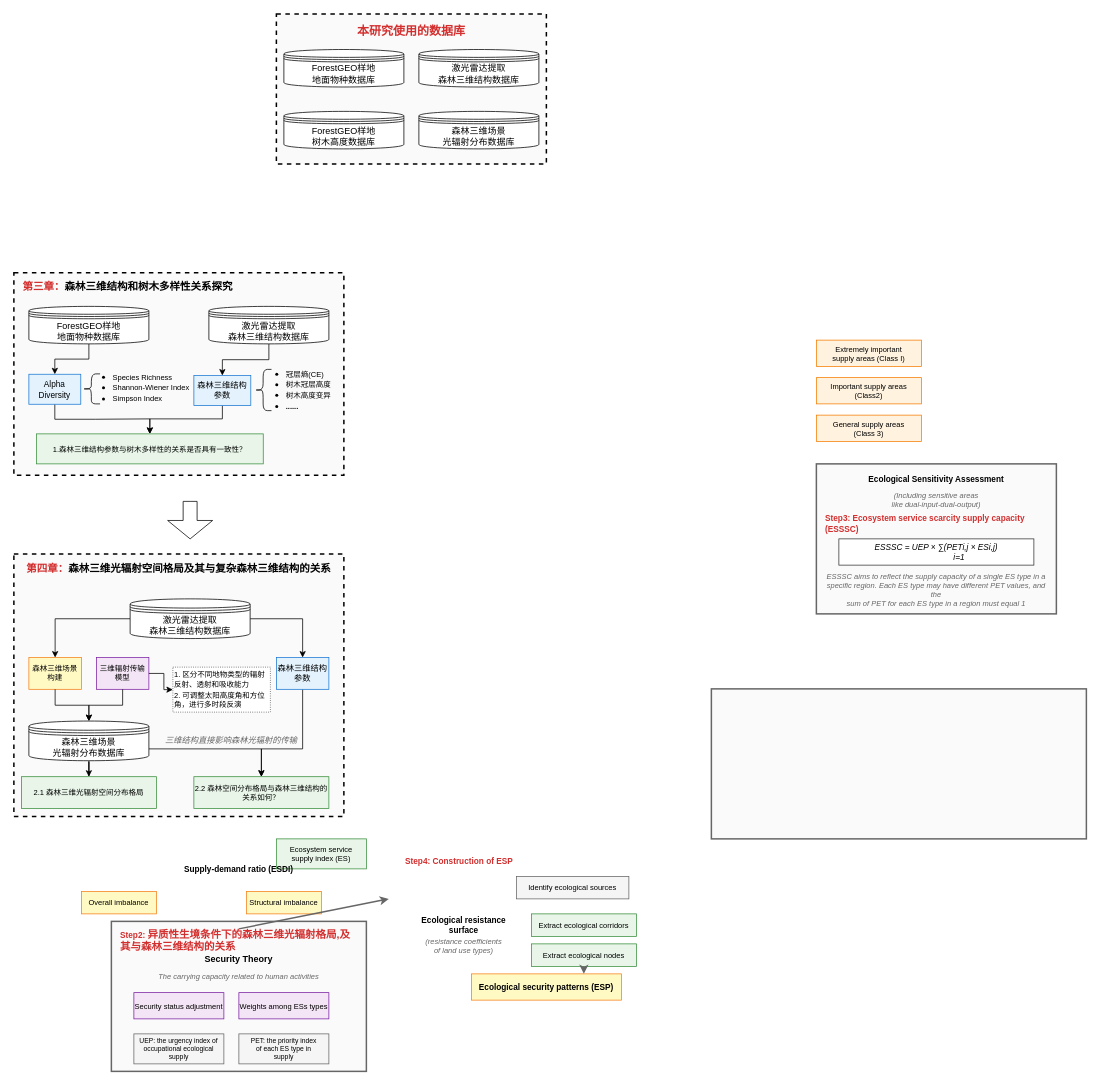
Above: 博士论文框架_2.drawio in sy5938/diagrams_save (draw.io), before the change. Source tidied: cells renumbered, new cells numbered last; positions are measured from the earlier drawing's top-left corner, leaving out a move shared by most shapes. Both pictures are drawn from the tidied source at 75%, with x=0, y=0 at pixel (14, 14).
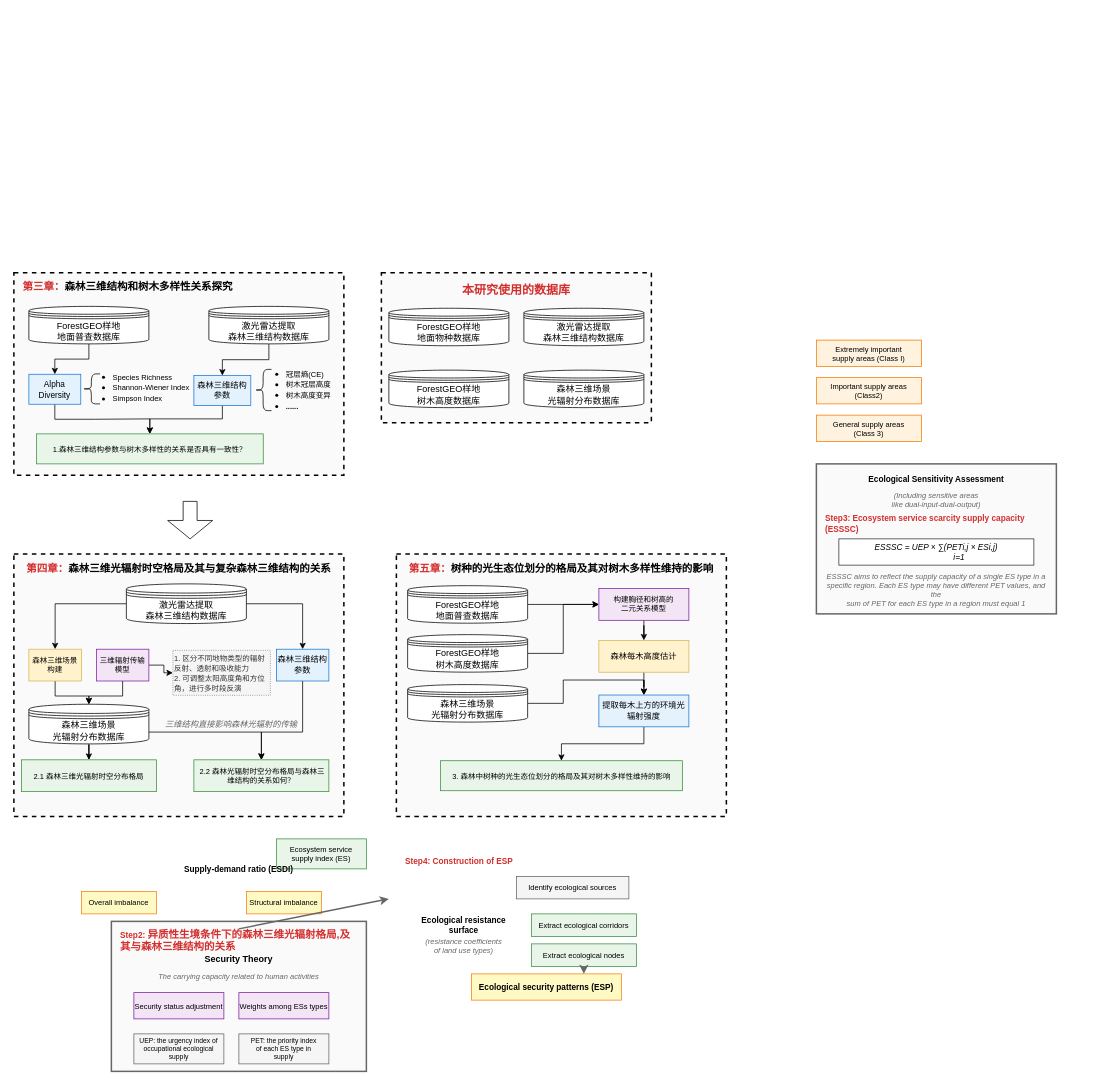
The same diagram, later.

Commit message:
第五章，光生态位分化完成

Unchanged cells that the change refers to:
```xml
<mxCell id="43" style="group;" parent="42" vertex="1">
  <mxGeometry width="440" height="270" as="geometry" />
</mxCell>
```

What changed in the source:
```diff
@@
-    <mxCell id="17" style="rounded=0;whiteSpace=wrap;html=1;strokeColor=#666666;strokeWidth=2;strokeDashArray=5 5;fillColor=#FAFAFA;" parent="1" vertex="1">
-      <mxGeometry x="930" y="900" width="500" height="200" as="geometry" />
-    </mxCell>
@@
     <mxCell id="35" style="rounded=0;whiteSpace=wrap;html=1;strokeColor=default;strokeWidth=2;strokeDashArray=5 5;fillColor=#FAFAFA;dashed=1;" parent="1" vertex="1">
-      <mxGeometry x="350" width="360" height="200" as="geometry" />
+      <mxGeometry x="490" y="345" width="360" height="200" as="geometry" />
     </mxCell>
     <mxCell id="36" value="ForestGEO样地&lt;br&gt;地面物种数据库" style="shape=datastore;whiteSpace=wrap;html=1;" parent="1" vertex="1">
-      <mxGeometry x="360" y="47.5" width="160" height="50" as="geometry" />
+      <mxGeometry x="500" y="392.5" width="160" height="50" as="geometry" />
     </mxCell>
     <mxCell id="37" value="激光雷达提取&lt;br&gt;森林三维结构数据库" style="shape=datastore;whiteSpace=wrap;html=1;" parent="1" vertex="1">
-      <mxGeometry x="540" y="47.5" width="160" height="50" as="geometry" />
+      <mxGeometry x="680" y="392.5" width="160" height="50" as="geometry" />
     </mxCell>
     <mxCell id="38" value="森林三维场景&lt;br&gt;光辐射分布数据库" style="shape=datastore;whiteSpace=wrap;html=1;" parent="1" vertex="1">
-      <mxGeometry x="540" y="130" width="160" height="50" as="geometry" />
+      <mxGeometry x="680" y="475" width="160" height="50" as="geometry" />
     </mxCell>
     <mxCell id="39" value="ForestGEO样地&lt;br&gt;树木高度数据库" style="shape=datastore;whiteSpace=wrap;html=1;" parent="1" vertex="1">
-      <mxGeometry x="360" y="130" width="160" height="50" as="geometry" />
+      <mxGeometry x="500" y="475" width="160" height="50" as="geometry" />
     </mxCell>
     <mxCell id="40" value="&lt;font face=&quot;Times New Roman&quot;&gt;本研究使用的数据库&lt;/font&gt;" style="text;html=1;strokeColor=none;fillColor=none;align=center;verticalAlign=middle;whiteSpace=wrap;rounded=0;fontStyle=1;fontSize=16;fontColor=#D32F2F;" parent="1" vertex="1">
-      <mxGeometry x="395" y="10" width="270" height="25" as="geometry" />
+      <mxGeometry x="535" y="355" width="270" height="25" as="geometry" />
     </mxCell>
@@
-    <mxCell id="48" value="ForestGEO样地&lt;br&gt;地面物种数据库" style="shape=datastore;whiteSpace=wrap;html=1;" parent="43" vertex="1">
+    <mxCell id="48" value="ForestGEO样地&lt;br&gt;地面普查数据库" style="shape=datastore;whiteSpace=wrap;html=1;" parent="43" vertex="1">
       <mxGeometry x="20" y="45" width="160" height="50" as="geometry" />
     </mxCell>
@@
-    <mxCell id="60" value="&lt;font style=&quot;font-size: 14px;&quot; face=&quot;Times New Roman&quot;&gt;第四章：&lt;/font&gt;&lt;font face=&quot;Times New Roman&quot; color=&quot;#000000&quot;&gt;&lt;span style=&quot;font-size: 14px;&quot;&gt;森林三维光辐射空间格局&lt;/span&gt;&lt;/font&gt;&lt;span style=&quot;background-color: transparent; color: light-dark(rgb(0, 0, 0), rgb(237, 237, 237)); text-align: center; font-size: 14px; font-family: &amp;quot;Times New Roman&amp;quot;;&quot;&gt;及其与复杂森林三维结构的关系&lt;/span&gt;" style="text;html=1;strokeColor=none;fillColor=none;align=left;verticalAlign=middle;whiteSpace=wrap;rounded=0;fontStyle=1;fontSize=12;fontColor=#D32F2F;" parent="1" vertex="1">
+    <mxCell id="60" value="&lt;font style=&quot;font-size: 14px;&quot; face=&quot;Times New Roman&quot;&gt;第四章：&lt;/font&gt;&lt;font face=&quot;Times New Roman&quot; color=&quot;#000000&quot;&gt;&lt;span style=&quot;font-size: 14px;&quot;&gt;森林三维光辐射时空格局&lt;/span&gt;&lt;/font&gt;&lt;span style=&quot;background-color: transparent; color: light-dark(rgb(0, 0, 0), rgb(237, 237, 237)); text-align: center; font-size: 14px; font-family: &amp;quot;Times New Roman&amp;quot;;&quot;&gt;及其与复杂森林三维结构的关系&lt;/span&gt;" style="text;html=1;strokeColor=none;fillColor=none;align=left;verticalAlign=middle;whiteSpace=wrap;rounded=0;fontStyle=1;fontSize=12;fontColor=#D32F2F;" parent="1" vertex="1">
       <mxGeometry x="15" y="720" width="440" height="42.4" as="geometry" />
     </mxCell>
-    <mxCell id="61" value="2.2 森林空间分布格局与森林三维结构的关系如何？" style="rounded=0;whiteSpace=wrap;html=1;fillColor=#E8F5E8;strokeColor=#388E3C;fontSize=10;" parent="1" vertex="1">
-      <mxGeometry x="240" y="1017.1" width="180" height="42.4" as="geometry" />
+    <mxCell id="61" value="&amp;nbsp;2.2 森林光辐射时空分布格局与森林三维结构的关系如何？" style="rounded=0;whiteSpace=wrap;html=1;fillColor=#E8F5E8;strokeColor=#388E3C;fontSize=10;" parent="1" vertex="1">
+      <mxGeometry x="240" y="994.6" width="180" height="42.4" as="geometry" />
     </mxCell>
@@
     <mxCell id="64" value="激光雷达提取&lt;br&gt;森林三维结构数据库" style="shape=datastore;whiteSpace=wrap;html=1;" parent="1" vertex="1">
-      <mxGeometry x="155" y="780" width="160" height="52.9" as="geometry" />
+      <mxGeometry x="150" y="760" width="160" height="52.9" as="geometry" />
     </mxCell>
     <mxCell id="65" style="edgeStyle=orthogonalEdgeStyle;rounded=0;jettySize=auto;html=1;entryX=0.5;entryY=0;entryDx=0;entryDy=0;" parent="1" edge="1" source="66" target="61">
       <mxGeometry relative="1" as="geometry">
         <Array as="points">
-          <mxPoint x="385" y="980" />
-          <mxPoint x="330" y="980" />
+          <mxPoint x="385" y="957.6" />
+          <mxPoint x="330" y="957.6" />
         </Array>
       </mxGeometry>
     </mxCell>
     <mxCell id="66" value="&lt;font style=&quot;font-size: 11px;&quot;&gt;森林三维结构&lt;br&gt;参数&lt;/font&gt;" style="rounded=0;whiteSpace=wrap;html=1;fillColor=#E3F2FD;strokeColor=#1976D2;fontSize=10;" parent="1" vertex="1">
-      <mxGeometry x="350" y="858.2" width="70" height="42.4" as="geometry" />
+      <mxGeometry x="350" y="847.1" width="70" height="42.4" as="geometry" />
     </mxCell>
@@
     <mxCell id="68" style="edgeStyle=orthogonalEdgeStyle;rounded=0;jettySize=auto;html=1;entryX=0.5;entryY=0;entryDx=0;entryDy=0;" parent="1" edge="1" source="69" target="61">
       <mxGeometry relative="1" as="geometry">
         <Array as="points">
-          <mxPoint x="330" y="980" />
+          <mxPoint x="330" y="957.6" />
         </Array>
       </mxGeometry>
     </mxCell>
     <mxCell id="69" value="森林三维场景&lt;br&gt;光辐射分布数据库" style="shape=datastore;whiteSpace=wrap;html=1;" parent="1" vertex="1">
-      <mxGeometry x="20" y="942.9" width="160" height="52.9" as="geometry" />
+      <mxGeometry x="20" y="920.5" width="160" height="52.9" as="geometry" />
     </mxCell>
-    <mxCell id="70" style="group;" parent="1" vertex="1">
-      <mxGeometry x="20" y="858.2" width="160" height="42.4" as="geometry" />
-    </mxCell>
-    <mxCell id="71" value="森林三维场景构建" style="rounded=0;whiteSpace=wrap;html=1;fillColor=#FFF9C4;strokeColor=#F57F17;fontSize=10;" parent="70" vertex="1">
-      <mxGeometry width="70" height="42.4" as="geometry" />
-    </mxCell>
-    <mxCell id="72" value="三维辐射传输模型" style="rounded=0;whiteSpace=wrap;html=1;fillColor=#F3E5F5;strokeColor=#7B1FA2;fontSize=10;" parent="70" vertex="1">
-      <mxGeometry x="90" width="70" height="42.4" as="geometry" />
-    </mxCell>
@@
-    <mxCell id="75" value="2.1 森林三维光辐射空间分布格局" style="rounded=0;whiteSpace=wrap;html=1;fillColor=#E8F5E8;strokeColor=#388E3C;fontSize=10;" parent="1" vertex="1">
-      <mxGeometry x="10" y="1017.1" width="180" height="42.4" as="geometry" />
+    <mxCell id="75" value="2.1 森林三维光辐射时空分布格局" style="rounded=0;whiteSpace=wrap;html=1;fillColor=#E8F5E8;strokeColor=#388E3C;fontSize=10;" parent="1" vertex="1">
+      <mxGeometry x="10" y="994.6" width="180" height="42.4" as="geometry" />
     </mxCell>
     <mxCell id="76" value="&lt;font style=&quot;font-size: 11px;&quot;&gt;三维结构直接影响森林光辐射的传输&lt;/font&gt;" style="text;html=1;strokeColor=none;fillColor=none;align=center;verticalAlign=middle;whiteSpace=wrap;rounded=0;fontSize=10;fontStyle=2;fontColor=#666666;" parent="1" vertex="1">
-      <mxGeometry x="130" y="961.9" width="320" height="15" as="geometry" />
+      <mxGeometry x="130" y="939.5" width="320" height="15" as="geometry" />
     </mxCell>
-    <mxCell id="77" value="&lt;font style=&quot;font-size: 10px;&quot;&gt;&lt;span style=&quot;font-style: normal;&quot;&gt;1. 区分不同地物类型的&lt;/span&gt;&lt;span style=&quot;font-style: normal;&quot;&gt;辐射&lt;/span&gt;&lt;span style=&quot;font-style: normal;&quot;&gt;反射、透射和吸收能力&lt;/span&gt;&lt;/font&gt;&lt;div&gt;&lt;span style=&quot;font-style: normal;&quot;&gt;&lt;font style=&quot;font-size: 10px;&quot;&gt;2. 可调整太阳高度角和方位角，进行多时段反演&lt;/font&gt;&lt;/span&gt;&lt;/div&gt;" style="rounded=0;whiteSpace=wrap;html=1;fillColor=#FFFFFF;strokeColor=#333333;fontSize=11;fontStyle=2;align=left;dashed=1;dashPattern=1 2;" parent="1" vertex="1">
-      <mxGeometry x="212" y="871" width="130" height="60" as="geometry" />
+    <mxCell id="77" value="&lt;font style=&quot;font-size: 10px;&quot;&gt;&lt;span style=&quot;font-style: normal;&quot;&gt;1. 区分不同地物类型的&lt;/span&gt;&lt;span style=&quot;font-style: normal;&quot;&gt;辐射&lt;/span&gt;&lt;span style=&quot;font-style: normal;&quot;&gt;反射、透射和吸收能力&lt;/span&gt;&lt;/font&gt;&lt;div&gt;&lt;span style=&quot;font-style: normal;&quot;&gt;&lt;font style=&quot;font-size: 10px;&quot;&gt;2. 可调整太阳高度角和方位角，进行多时段反演&lt;/font&gt;&lt;/span&gt;&lt;/div&gt;" style="rounded=0;whiteSpace=wrap;html=1;fillColor=#f5f5f5;strokeColor=#666666;fontSize=11;fontStyle=2;align=left;dashed=1;dashPattern=1 2;fontColor=#333333;" parent="1" vertex="1">
+      <mxGeometry x="212" y="848.6" width="130" height="60" as="geometry" />
     </mxCell>
@@
+    <mxCell id="79" style="rounded=0;whiteSpace=wrap;html=1;strokeColor=default;strokeWidth=2;strokeDashArray=5 5;fillColor=#FAFAFA;dashed=1;" parent="1" vertex="1">
+      <mxGeometry x="510" y="720" width="440" height="350" as="geometry" />
+    </mxCell>
+    <mxCell id="80" value="&lt;font style=&quot;font-size: 14px;&quot; face=&quot;Times New Roman&quot;&gt;第五章：&lt;/font&gt;&lt;font face=&quot;Times New Roman&quot; color=&quot;#000000&quot;&gt;&lt;span style=&quot;font-size: 14px;&quot;&gt;树种的光生态位划分的格局及其对树木多样性维持的影响&lt;/span&gt;&lt;/font&gt;" style="text;html=1;strokeColor=none;fillColor=none;align=left;verticalAlign=middle;whiteSpace=wrap;rounded=0;fontStyle=1;fontSize=12;fontColor=#D32F2F;" parent="1" vertex="1">
+      <mxGeometry x="525" y="720" width="425" height="42.4" as="geometry" />
+    </mxCell>
+    <mxCell id="81" style="edgeStyle=orthogonalEdgeStyle;rounded=0;jettySize=auto;html=1;entryX=0;entryY=0.5;entryDx=0;entryDy=0;" parent="1" edge="1" source="82" target="88">
+      <mxGeometry relative="1" as="geometry" />
+    </mxCell>
+    <mxCell id="82" value="ForestGEO样地&lt;br&gt;地面普查数据库" style="shape=datastore;whiteSpace=wrap;html=1;" parent="1" vertex="1">
+      <mxGeometry x="525" y="762.4" width="160" height="50" as="geometry" />
+    </mxCell>
+    <mxCell id="83" style="edgeStyle=orthogonalEdgeStyle;rounded=0;jettySize=auto;html=1;entryX=0.5;entryY=0;entryDx=0;entryDy=0;" parent="1" edge="1" source="84" target="92">
+      <mxGeometry relative="1" as="geometry" />
+    </mxCell>
+    <mxCell id="84" value="森林三维场景&lt;br&gt;光辐射分布数据库" style="shape=datastore;whiteSpace=wrap;html=1;" parent="1" vertex="1">
+      <mxGeometry x="525" y="894.3" width="160" height="50" as="geometry" />
+    </mxCell>
+    <mxCell id="85" style="edgeStyle=orthogonalEdgeStyle;rounded=0;jettySize=auto;html=1;entryX=0;entryY=0.5;entryDx=0;entryDy=0;" parent="1" edge="1" source="86" target="88">
+      <mxGeometry relative="1" as="geometry" />
+    </mxCell>
+    <mxCell id="86" value="ForestGEO样地&lt;br&gt;树木高度数据库" style="shape=datastore;whiteSpace=wrap;html=1;" parent="1" vertex="1">
+      <mxGeometry x="525" y="827.7" width="160" height="50" as="geometry" />
+    </mxCell>
+    <mxCell id="87" style="edgeStyle=orthogonalEdgeStyle;rounded=0;jettySize=auto;html=1;" parent="1" edge="1" source="88" target="90">
+      <mxGeometry relative="1" as="geometry" />
+    </mxCell>
+    <mxCell id="88" value="构建胸径和树高的&lt;br&gt;二元关系模型" style="rounded=0;whiteSpace=wrap;html=1;fillColor=#F3E5F5;strokeColor=#7B1FA2;fontSize=10;" parent="1" vertex="1">
+      <mxGeometry x="780" y="766.2" width="120" height="42.4" as="geometry" />
+    </mxCell>
+    <mxCell id="89" style="edgeStyle=orthogonalEdgeStyle;rounded=0;jettySize=auto;html=1;" parent="1" edge="1" source="90" target="92">
+      <mxGeometry relative="1" as="geometry" />
+    </mxCell>
+    <mxCell id="90" value="&lt;span style=&quot;font-size: 11px;&quot;&gt;森林每木高度估计&lt;/span&gt;" style="rounded=0;whiteSpace=wrap;html=1;fillColor=#fff2cc;strokeColor=#d6b656;fontSize=10;" parent="1" vertex="1">
+      <mxGeometry x="780" y="835.4" width="120" height="42.4" as="geometry" />
+    </mxCell>
+    <mxCell id="91" style="edgeStyle=orthogonalEdgeStyle;rounded=0;jettySize=auto;html=1;exitX=0.5;exitY=1;exitDx=0;exitDy=0;entryX=0.5;entryY=0;entryDx=0;entryDy=0;" parent="1" edge="1" source="92" target="93">
+      <mxGeometry relative="1" as="geometry" />
+    </mxCell>
+    <mxCell id="92" value="&lt;span style=&quot;font-size: 11px;&quot;&gt;提取每木上方的环境光辐射强度&lt;/span&gt;" style="rounded=0;whiteSpace=wrap;html=1;fillColor=#E3F2FD;strokeColor=#1976D2;fontSize=10;" parent="1" vertex="1">
+      <mxGeometry x="780" y="908.2" width="120" height="42.4" as="geometry" />
+    </mxCell>
+    <mxCell id="71" value="森林三维场景构建" style="rounded=0;whiteSpace=wrap;html=1;fillColor=#fff2cc;strokeColor=#d6b656;fontSize=10;" parent="1" vertex="1">
+      <mxGeometry x="20" y="847.1" width="70" height="42.4" as="geometry" />
+    </mxCell>
+    <mxCell id="72" value="三维辐射传输模型" style="rounded=0;whiteSpace=wrap;html=1;fillColor=#F3E5F5;strokeColor=#7B1FA2;fontSize=10;" parent="1" vertex="1">
+      <mxGeometry x="110" y="847.1" width="70" height="42.4" as="geometry" />
+    </mxCell>
+    <mxCell id="93" value="3. 森林中树种的光生态位划分的格局及其对树木多样性维持的影响" style="rounded=0;whiteSpace=wrap;html=1;fillColor=#E8F5E8;strokeColor=#388E3C;fontSize=10;" parent="1" vertex="1">
+      <mxGeometry x="568.8" y="995.8" width="322.5" height="40" as="geometry" />
+    </mxCell>
```
